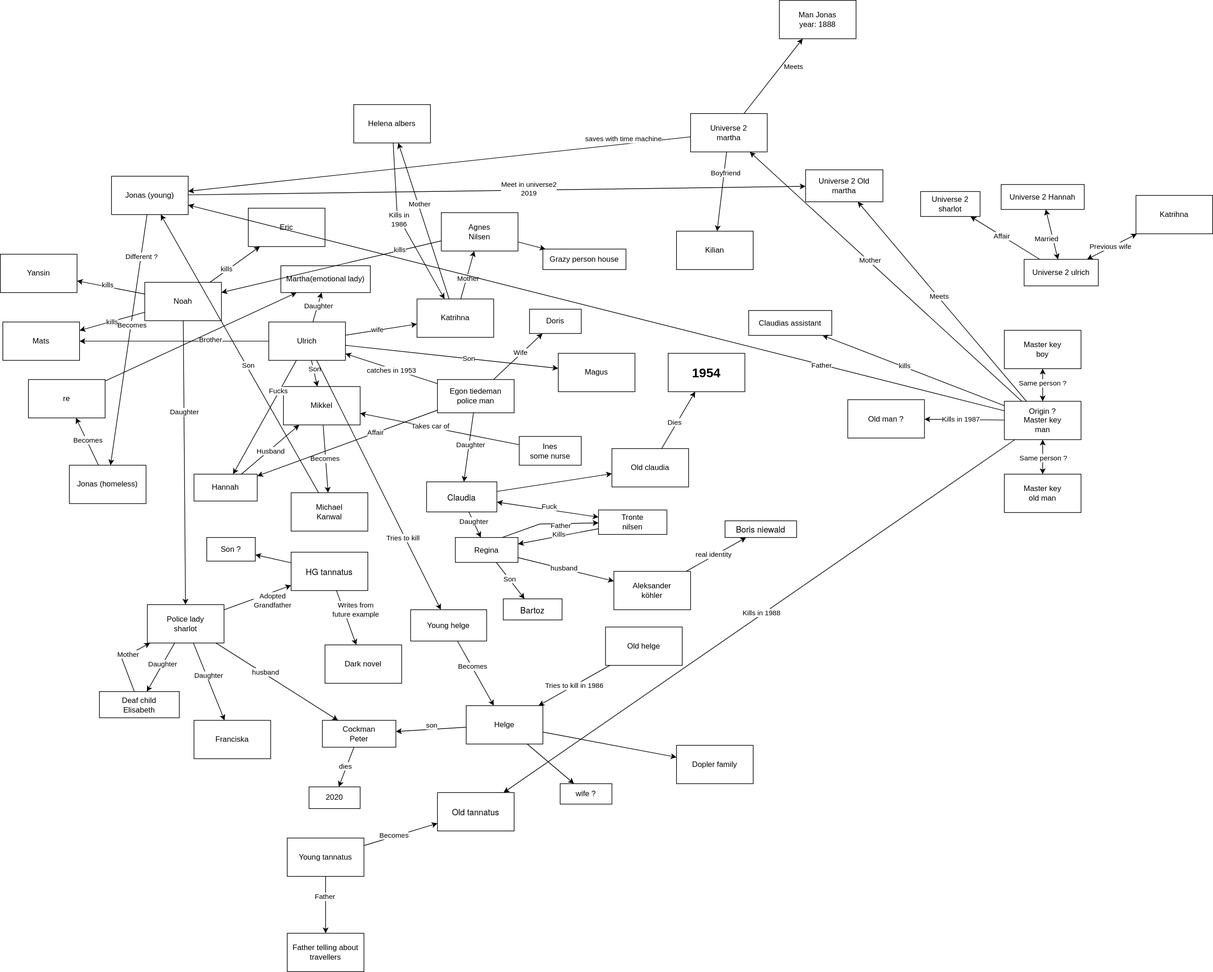
Earlier version of the draw.io export dark.svg (J45k4/dark). Source tidied: cells renumbered, new cells last; positions are measured from the earlier drawing's top-left corner, leaving out a move shared by most shapes.
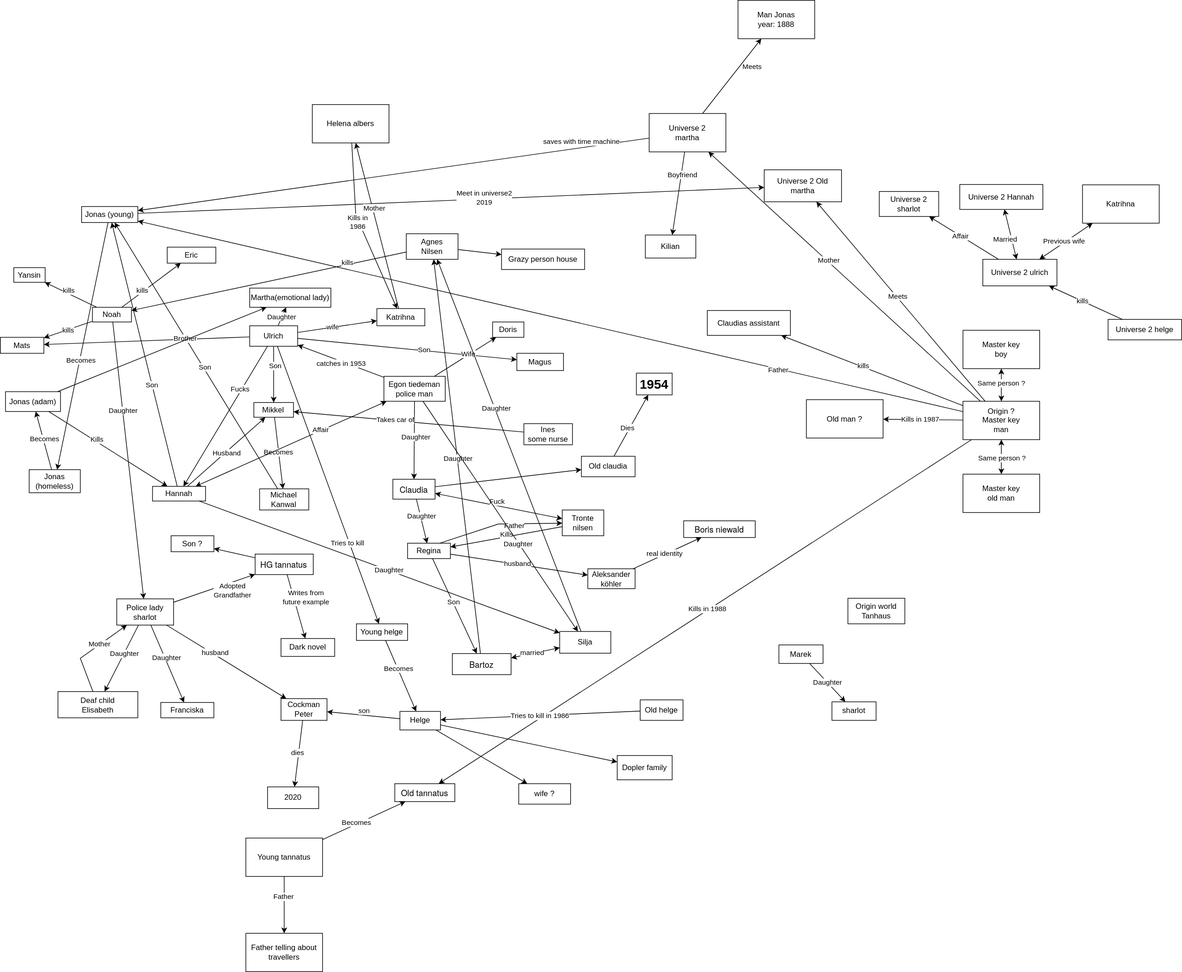
After the change.

Change to the diagram source:
```diff
@@ -5,15 +5,15 @@
     <mxCell id="2" value="Jonas (young)" style="rounded=0;whiteSpace=wrap;html=1;" parent="1" vertex="1">
-      <mxGeometry x="174" y="275" width="120" height="60" as="geometry" />
+      <mxGeometry x="192" y="322.5" width="88" height="25" as="geometry" />
     </mxCell>
     <mxCell id="3" value="Jonas (homeless)" style="rounded=0;whiteSpace=wrap;html=1;" parent="1" vertex="1">
-      <mxGeometry x="108" y="727" width="120" height="60" as="geometry" />
+      <mxGeometry x="110" y="734" width="80" height="36" as="geometry" />
     </mxCell>
-    <mxCell id="4" value="re" style="rounded=0;whiteSpace=wrap;html=1;" parent="1" vertex="1">
-      <mxGeometry x="44" y="593" width="120" height="60" as="geometry" />
+    <mxCell id="4" value="Jonas (adam)" style="rounded=0;whiteSpace=wrap;html=1;" parent="1" vertex="1">
+      <mxGeometry x="73" y="612" width="86" height="31" as="geometry" />
     </mxCell>
     <mxCell id="5" value="Aleksander&lt;br&gt;köhler" style="rounded=0;whiteSpace=wrap;html=1;" parent="1" vertex="1">
-      <mxGeometry x="960" y="893" width="120" height="60" as="geometry" />
+      <mxGeometry x="984" y="889" width="74" height="31" as="geometry" />
     </mxCell>
     <mxCell id="6" value="Ulrich" style="rounded=0;whiteSpace=wrap;html=1;" parent="1" vertex="1">
-      <mxGeometry x="420" y="503" width="120" height="60" as="geometry" />
+      <mxGeometry x="455" y="509" width="75" height="32" as="geometry" />
     </mxCell>
@@ -26,6 +26,6 @@
     <mxCell id="9" value="Mikkel" style="rounded=0;whiteSpace=wrap;html=1;" parent="1" vertex="1">
-      <mxGeometry x="443" y="604" width="120" height="60" as="geometry" />
+      <mxGeometry x="461.5" y="629" width="62" height="23" as="geometry" />
     </mxCell>
     <mxCell id="10" value="Michael&lt;br&gt;Kanwal" style="rounded=0;whiteSpace=wrap;html=1;" parent="1" vertex="1">
-      <mxGeometry x="455" y="770" width="120" height="60" as="geometry" />
+      <mxGeometry x="470.5" y="764" width="77" height="33" as="geometry" />
     </mxCell>
@@ -38,12 +38,12 @@
     <mxCell id="13" value="Noah" style="rounded=0;whiteSpace=wrap;html=1;" parent="1" vertex="1">
-      <mxGeometry x="226" y="441" width="120" height="60" as="geometry" />
+      <mxGeometry x="209" y="480" width="61" height="23" as="geometry" />
     </mxCell>
     <mxCell id="14" value="Mats" style="rounded=0;whiteSpace=wrap;html=1;" parent="1" vertex="1">
-      <mxGeometry x="4" y="503" width="120" height="60" as="geometry" />
+      <mxGeometry x="65" y="527" width="68" height="25" as="geometry" />
     </mxCell>
     <mxCell id="15" value="Yansin" style="rounded=0;whiteSpace=wrap;html=1;" parent="1" vertex="1">
-      <mxGeometry y="397" width="120" height="60" as="geometry" />
+      <mxGeometry x="86" y="418" width="49" height="23" as="geometry" />
     </mxCell>
     <mxCell id="16" value="Eric" style="rounded=0;whiteSpace=wrap;html=1;" parent="1" vertex="1">
-      <mxGeometry x="388" y="325" width="120" height="60" as="geometry" />
+      <mxGeometry x="326" y="386" width="76" height="25" as="geometry" />
     </mxCell>
@@ -70,6 +70,6 @@
     <mxCell id="23" value="Police lady&lt;br&gt;sharlot" style="rounded=0;whiteSpace=wrap;html=1;" parent="1" vertex="1">
-      <mxGeometry x="230" y="945" width="120" height="60" as="geometry" />
+      <mxGeometry x="247" y="936" width="89" height="41" as="geometry" />
     </mxCell>
     <mxCell id="24" value="&lt;p style=&quot;margin: 0px; font-variant-numeric: normal; font-variant-east-asian: normal; font-variant-alternates: normal; font-kerning: auto; font-optical-sizing: auto; font-feature-settings: normal; font-variation-settings: normal; font-variant-position: normal; font-stretch: normal; font-size: 13px; line-height: normal; font-family: &amp;quot;Helvetica Neue&amp;quot;; text-align: start;&quot; class=&quot;p1&quot;&gt;HG t&lt;span style=&quot;background-color: initial;&quot;&gt;annatus&lt;/span&gt;&lt;/p&gt;" style="rounded=0;whiteSpace=wrap;html=1;" parent="1" vertex="1">
-      <mxGeometry x="455" y="863" width="120" height="60" as="geometry" />
+      <mxGeometry x="463.5" y="866" width="91" height="32" as="geometry" />
     </mxCell>
@@ -84,3 +84,3 @@
     <mxCell id="27" value="Dark novel" style="rounded=0;whiteSpace=wrap;html=1;" parent="1" vertex="1">
-      <mxGeometry x="508" y="1008" width="120" height="60" as="geometry" />
+      <mxGeometry x="504" y="998" width="84" height="28" as="geometry" />
     </mxCell>
@@ -104,9 +104,6 @@
     <mxCell id="33" value="Becomes" style="edgeLabel;html=1;align=center;verticalAlign=middle;" parent="32" vertex="1">
-      <mxGeometry x="-0.12" y="1" relative="1" as="geometry" />
+      <mxGeometry x="-0.12" y="1" relative="1" as="geometry">
+        <mxPoint x="-9" y="44" as="offset" />
+      </mxGeometry>
     </mxCell>
-    <mxCell id="34" value="Different ?" style="edgeLabel;html=1;align=center;verticalAlign=middle;" parent="32" vertex="1">
-      <mxGeometry x="-0.55" y="-3" relative="1" as="geometry">
-        <mxPoint x="7" y="-23" as="offset" />
-      </mxGeometry>
-    </mxCell>
     <mxCell id="35" style="endArrow=classic;html=1;rounded=0;" parent="1" edge="1" source="3" target="4">
@@ -126,3 +123,3 @@
     <mxCell id="39" value="Katrihna" style="rounded=0;whiteSpace=wrap;html=1;" parent="1" vertex="1">
-      <mxGeometry x="652" y="467" width="120" height="60" as="geometry" />
+      <mxGeometry x="654" y="482" width="75" height="27" as="geometry" />
     </mxCell>
@@ -137,3 +134,3 @@
     <mxCell id="42" value="Egon tiedeman&lt;br&gt;police man" style="rounded=0;whiteSpace=wrap;html=1;" parent="1" vertex="1">
-      <mxGeometry x="684" y="593" width="120" height="52" as="geometry" />
+      <mxGeometry x="665" y="588" width="96" height="39" as="geometry" />
     </mxCell>
@@ -146,3 +143,3 @@
     <mxCell id="45" value="&lt;p style=&quot;margin: 0px; font-variant-numeric: normal; font-variant-east-asian: normal; font-variant-alternates: normal; font-kerning: auto; font-optical-sizing: auto; font-feature-settings: normal; font-variation-settings: normal; font-variant-position: normal; font-stretch: normal; font-size: 13px; line-height: normal; font-family: &amp;quot;Helvetica Neue&amp;quot;; text-align: start;&quot; class=&quot;p1&quot;&gt;Claudia&lt;/p&gt;" style="rounded=0;whiteSpace=wrap;html=1;" parent="1" vertex="1">
-      <mxGeometry x="667" y="753" width="110" height="47" as="geometry" />
+      <mxGeometry x="679" y="749" width="66" height="31" as="geometry" />
     </mxCell>
@@ -155,3 +152,3 @@
     <mxCell id="48" value="Regina" style="rounded=0;whiteSpace=wrap;html=1;" parent="1" vertex="1">
-      <mxGeometry x="712" y="840" width="98" height="39" as="geometry" />
+      <mxGeometry x="702" y="849" width="67" height="24" as="geometry" />
     </mxCell>
@@ -164,3 +161,3 @@
     <mxCell id="51" value="&lt;p style=&quot;margin: 0px; font-variant-numeric: normal; font-variant-east-asian: normal; font-variant-alternates: normal; font-kerning: auto; font-optical-sizing: auto; font-feature-settings: normal; font-variation-settings: normal; font-variant-position: normal; font-stretch: normal; font-size: 13px; line-height: normal; font-family: &amp;quot;Helvetica Neue&amp;quot;; text-align: start;&quot; class=&quot;p1&quot;&gt;Bartoz&lt;/p&gt;" style="rounded=0;whiteSpace=wrap;html=1;" parent="1" vertex="1">
-      <mxGeometry x="787" y="936" width="92" height="33" as="geometry" />
+      <mxGeometry x="772" y="1021.5" width="92" height="33" as="geometry" />
     </mxCell>
@@ -188,3 +185,3 @@
     <mxCell id="59" value="Ines&lt;br&gt;some nurse" style="rounded=0;whiteSpace=wrap;html=1;" parent="1" vertex="1">
-      <mxGeometry x="812" y="682" width="97" height="45" as="geometry" />
+      <mxGeometry x="884" y="662" width="76" height="33" as="geometry" />
     </mxCell>
@@ -197,6 +194,6 @@
     <mxCell id="62" value="Magus" style="rounded=0;whiteSpace=wrap;html=1;" parent="1" vertex="1">
-      <mxGeometry x="873" y="552" width="120" height="60" as="geometry" />
+      <mxGeometry x="873" y="552" width="73" height="27" as="geometry" />
     </mxCell>
     <mxCell id="63" value="Martha(emotional lady)" style="rounded=0;whiteSpace=wrap;html=1;" parent="1" vertex="1">
-      <mxGeometry x="439" y="415" width="140" height="42" as="geometry" />
+      <mxGeometry x="455" y="450" width="127" height="30" as="geometry" />
     </mxCell>
@@ -206,3 +203,5 @@
     <mxCell id="65" value="Daughter" style="edgeLabel;html=1;align=center;verticalAlign=middle;" parent="64" vertex="1">
-      <mxGeometry x="0.12" y="-1" relative="1" as="geometry" />
+      <mxGeometry x="0.12" y="-1" relative="1" as="geometry">
+        <mxPoint x="-3" y="2" as="offset" />
+      </mxGeometry>
     </mxCell>
@@ -215,3 +214,3 @@
     <mxCell id="68" value="Franciska" style="rounded=0;whiteSpace=wrap;html=1;" parent="1" vertex="1">
-      <mxGeometry x="303" y="1126" width="120" height="60" as="geometry" />
+      <mxGeometry x="316" y="1098" width="83" height="24" as="geometry" />
     </mxCell>
@@ -226,3 +225,3 @@
     <mxCell id="71" value="Cockman&lt;br&gt;Peter" style="rounded=0;whiteSpace=wrap;html=1;" parent="1" vertex="1">
-      <mxGeometry x="504" y="1126" width="115" height="42" as="geometry" />
+      <mxGeometry x="504" y="1092" width="72" height="34" as="geometry" />
     </mxCell>
@@ -235,3 +234,3 @@
     <mxCell id="74" value="Hannah" style="rounded=0;whiteSpace=wrap;html=1;" parent="1" vertex="1">
-      <mxGeometry x="303" y="741" width="99" height="42" as="geometry" />
+      <mxGeometry x="303" y="760" width="83" height="23" as="geometry" />
     </mxCell>
@@ -252,3 +251,3 @@
     <mxCell id="79" value="Helge" style="rounded=0;whiteSpace=wrap;html=1;" parent="1" vertex="1">
-      <mxGeometry x="729" y="1103" width="120" height="60" as="geometry" />
+      <mxGeometry x="690" y="1112" width="63.5" height="29" as="geometry" />
     </mxCell>
@@ -263,3 +262,3 @@
     <mxCell id="82" value="Agnes &lt;br&gt;Nilsen" style="rounded=0;whiteSpace=wrap;html=1;" parent="1" vertex="1">
-      <mxGeometry x="690" y="332" width="120" height="60" as="geometry" />
+      <mxGeometry x="700" y="365" width="81" height="40" as="geometry" />
     </mxCell>
@@ -330,3 +329,3 @@
     <mxCell id="101" value="Katrihna" style="rounded=0;whiteSpace=wrap;html=1;" parent="1" vertex="1">
-      <mxGeometry x="1777" y="305" width="120" height="60" as="geometry" />
+      <mxGeometry x="1758" y="288.5" width="120" height="60" as="geometry" />
     </mxCell>
@@ -358,10 +357,2 @@
     </mxCell>
-    <mxCell id="110" style="endArrow=classic;html=1;rounded=0;" parent="1" edge="1" source="39" target="82">
-      <mxGeometry relative="1" as="geometry" />
-    </mxCell>
-    <mxCell id="111" value="Mother" style="edgeLabel;html=1;align=center;verticalAlign=middle;" parent="110" vertex="1">
-      <mxGeometry x="-0.12" y="-1" relative="1" as="geometry">
-        <mxPoint x="1" as="offset" />
-      </mxGeometry>
-    </mxCell>
     <mxCell id="112" value="Claudias assistant" style="rounded=0;whiteSpace=wrap;html=1;" parent="1" vertex="1">
@@ -378,3 +369,3 @@
     <mxCell id="115" value="Tronte&lt;br&gt;nilsen" style="rounded=0;whiteSpace=wrap;html=1;" parent="1" vertex="1">
-      <mxGeometry x="936" y="797" width="107" height="38.2" as="geometry" />
+      <mxGeometry x="944" y="797" width="65" height="40.2" as="geometry" />
     </mxCell>
@@ -395,3 +386,3 @@
     <mxCell id="120" value="&lt;p style=&quot;margin: 0px; font-variant-numeric: normal; font-variant-east-asian: normal; font-variant-alternates: normal; font-kerning: auto; font-optical-sizing: auto; font-feature-settings: normal; font-variation-settings: normal; font-variant-position: normal; font-stretch: normal; font-size: 13px; line-height: normal; font-family: &amp;quot;Helvetica Neue&amp;quot;; text-align: start;&quot; class=&quot;p1&quot;&gt;Old tannatus&lt;/p&gt;" style="rounded=0;whiteSpace=wrap;html=1;" parent="1" vertex="1">
-      <mxGeometry x="684" y="1239" width="120" height="60" as="geometry" />
+      <mxGeometry x="682" y="1225" width="94" height="28" as="geometry" />
     </mxCell>
@@ -434,3 +425,3 @@
     <mxCell id="133" value="Old claudia" style="rounded=0;whiteSpace=wrap;html=1;" parent="1" vertex="1">
-      <mxGeometry x="957" y="701" width="120" height="60" as="geometry" />
+      <mxGeometry x="974" y="713" width="84" height="32" as="geometry" />
     </mxCell>
@@ -440,3 +431,3 @@
     <mxCell id="135" value="&lt;font style=&quot;font-size: 20px;&quot;&gt;&lt;b&gt;1954&lt;/b&gt;&lt;/font&gt;" style="rounded=0;whiteSpace=wrap;html=1;" parent="1" vertex="1">
-      <mxGeometry x="1045" y="552" width="120" height="60" as="geometry" />
+      <mxGeometry x="1060" y="583" width="56" height="34" as="geometry" />
     </mxCell>
@@ -449,6 +440,6 @@
     <mxCell id="138" value="Dopler family" style="rounded=0;whiteSpace=wrap;html=1;" parent="1" vertex="1">
-      <mxGeometry x="1058" y="1165" width="120" height="60" as="geometry" />
+      <mxGeometry x="1030" y="1181" width="86" height="38" as="geometry" />
     </mxCell>
     <mxCell id="139" value="Old helge" style="rounded=0;whiteSpace=wrap;html=1;" parent="1" vertex="1">
-      <mxGeometry x="947" y="980" width="120" height="60" as="geometry" />
+      <mxGeometry x="1066" y="1094" width="67" height="32" as="geometry" />
     </mxCell>
@@ -461,3 +452,3 @@
     <mxCell id="142" value="Young helge" style="rounded=0;whiteSpace=wrap;html=1;" parent="1" vertex="1">
-      <mxGeometry x="642" y="953" width="119" height="49" as="geometry" />
+      <mxGeometry x="622" y="975" width="80" height="26" as="geometry" />
     </mxCell>
@@ -485,3 +476,3 @@
     <mxCell id="150" value="Kilian" style="rounded=0;whiteSpace=wrap;html=1;" parent="1" vertex="1">
-      <mxGeometry x="1058" y="361" width="120" height="60" as="geometry" />
+      <mxGeometry x="1074" y="367" width="79" height="36" as="geometry" />
     </mxCell>
@@ -496,3 +487,3 @@
     <mxCell id="153" value="Doris" style="rounded=0;whiteSpace=wrap;html=1;" parent="1" vertex="1">
-      <mxGeometry x="828" y="483" width="81" height="38" as="geometry" />
+      <mxGeometry x="835" y="503" width="49" height="24" as="geometry" />
     </mxCell>
@@ -506,3 +497,3 @@
     </mxCell>
-    <mxCell id="156" style="endArrow=classic;html=1;rounded=0;" parent="1" edge="1" source="42" target="74">
+    <mxCell id="156" style="endArrow=classic;html=1;rounded=0;startArrow=classic;startFill=1;" parent="1" edge="1" source="42" target="74">
       <mxGeometry relative="1" as="geometry" />
@@ -554,3 +545,3 @@
     <mxCell id="169" value="Son ?" style="rounded=0;whiteSpace=wrap;html=1;" parent="1" vertex="1">
-      <mxGeometry x="323" y="840" width="76" height="37" as="geometry" />
+      <mxGeometry x="332" y="837.2" width="67" height="25" as="geometry" />
     </mxCell>
@@ -612,2 +603,75 @@
     </mxCell>
+    <mxCell id="186" value="Silja" style="rounded=0;whiteSpace=wrap;html=1;" parent="1" vertex="1">
+      <mxGeometry x="940" y="987" width="80" height="34" as="geometry" />
+    </mxCell>
+    <mxCell id="187" style="endArrow=classic;startArrow=classic;html=1;rounded=0;" parent="1" edge="1" source="51" target="186">
+      <mxGeometry relative="1" as="geometry" />
+    </mxCell>
+    <mxCell id="188" value="married" style="edgeLabel;html=1;align=center;verticalAlign=middle;" parent="187" vertex="1">
+      <mxGeometry x="-0.14" y="2" relative="1" as="geometry" />
+    </mxCell>
+    <mxCell id="189" style="endArrow=classic;html=1;rounded=0;" parent="1" edge="1" source="51" target="82">
+      <mxGeometry relative="1" as="geometry" />
+    </mxCell>
+    <mxCell id="190" value="Daughter" style="edgeLabel;html=1;align=center;verticalAlign=middle;" parent="189" vertex="1">
+      <mxGeometry x="-0.01" y="-1" relative="1" as="geometry" />
+    </mxCell>
+    <mxCell id="191" style="endArrow=classic;html=1;rounded=0;" parent="1" edge="1" source="186" target="82">
+      <mxGeometry relative="1" as="geometry" />
+    </mxCell>
+    <mxCell id="192" value="Daughter" style="edgeLabel;html=1;align=center;verticalAlign=middle;" parent="191" vertex="1">
+      <mxGeometry x="0.2" y="-2" relative="1" as="geometry" />
+    </mxCell>
+    <mxCell id="193" style="endArrow=classic;html=1;rounded=0;" parent="1" edge="1" source="74" target="186">
+      <mxGeometry relative="1" as="geometry" />
+    </mxCell>
+    <mxCell id="194" value="Daughter" style="edgeLabel;html=1;align=center;verticalAlign=middle;" parent="193" vertex="1">
+      <mxGeometry x="-0.25" y="2" relative="1" as="geometry">
+        <mxPoint x="83" y="32" as="offset" />
+      </mxGeometry>
+    </mxCell>
+    <mxCell id="195" style="endArrow=classic;html=1;rounded=0;" parent="1" edge="1" source="42" target="186">
+      <mxGeometry relative="1" as="geometry" />
+    </mxCell>
+    <mxCell id="196" value="Daughter" style="edgeLabel;html=1;align=center;verticalAlign=middle;" parent="195" vertex="1">
+      <mxGeometry x="0.24" y="-1" relative="1" as="geometry" />
+    </mxCell>
+    <mxCell id="197" style="endArrow=classic;html=1;rounded=0;" parent="1" edge="1" source="4" target="74">
+      <mxGeometry relative="1" as="geometry" />
+    </mxCell>
+    <mxCell id="198" value="Kills" style="edgeLabel;html=1;align=center;verticalAlign=middle;" parent="197" vertex="1">
+      <mxGeometry x="-0.21" y="3" relative="1" as="geometry" />
+    </mxCell>
+    <mxCell id="199" style="endArrow=classic;html=1;rounded=0;" parent="1" edge="1" source="74" target="2">
+      <mxGeometry relative="1" as="geometry" />
+    </mxCell>
+    <mxCell id="200" value="Son" style="edgeLabel;html=1;align=center;verticalAlign=middle;" parent="199" vertex="1">
+      <mxGeometry x="-0.23" y="1" relative="1" as="geometry" />
+    </mxCell>
+    <mxCell id="201" value="Universe 2 helge" style="rounded=0;whiteSpace=wrap;html=1;" parent="1" vertex="1">
+      <mxGeometry x="1798" y="499" width="115" height="32" as="geometry" />
+    </mxCell>
+    <mxCell id="202" style="endArrow=classic;html=1;rounded=0;" parent="1" edge="1" source="201" target="98">
+      <mxGeometry relative="1" as="geometry" />
+    </mxCell>
+    <mxCell id="203" value="kills" style="edgeLabel;html=1;align=center;verticalAlign=middle;" parent="202" vertex="1">
+      <mxGeometry x="0.39" y="2" relative="1" as="geometry">
+        <mxPoint x="18" y="5" as="offset" />
+      </mxGeometry>
+    </mxCell>
+    <mxCell id="204" value="Origin world&lt;br&gt;Tanhaus" style="rounded=0;whiteSpace=wrap;html=1;" parent="1" vertex="1">
+      <mxGeometry x="1391" y="935" width="89" height="40" as="geometry" />
+    </mxCell>
+    <mxCell id="205" value="Marek" style="rounded=0;whiteSpace=wrap;html=1;" parent="1" vertex="1">
+      <mxGeometry x="1283" y="1008" width="69" height="29" as="geometry" />
+    </mxCell>
+    <mxCell id="206" value="sharlot" style="rounded=0;whiteSpace=wrap;html=1;" parent="1" vertex="1">
+      <mxGeometry x="1366" y="1097" width="69" height="29" as="geometry" />
+    </mxCell>
+    <mxCell id="207" style="endArrow=classic;html=1;rounded=0;" parent="1" edge="1" source="205" target="206">
+      <mxGeometry relative="1" as="geometry" />
+    </mxCell>
+    <mxCell id="208" value="Daughter" style="edgeLabel;html=1;align=center;verticalAlign=middle;" parent="207" vertex="1">
+      <mxGeometry x="-0.01" relative="1" as="geometry" />
+    </mxCell>
   </root>
```
